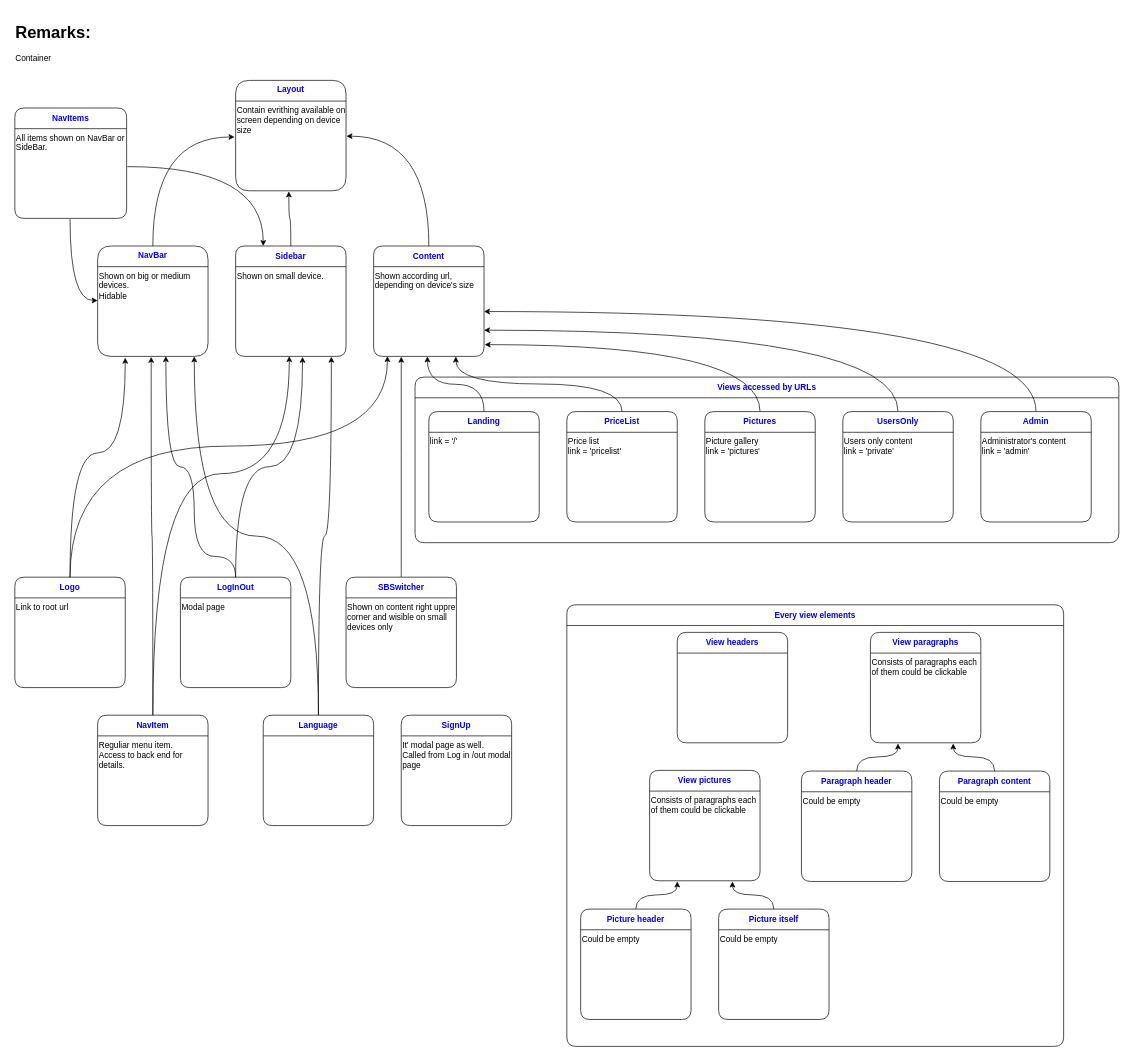
Before: page "frontend structure" (2 of 12) of market-coffee.drawio in Sergey190309/220415-market-caffee, a draw.io diagram. Source tidied: cells renumbered, new cells numbered last; positions are measured from the earlier drawing's top-left corner, leaving out a move shared by most shapes. Both pictures are drawn from the tidied source at 69%, with x=0, y=0 at pixel (12, 19).
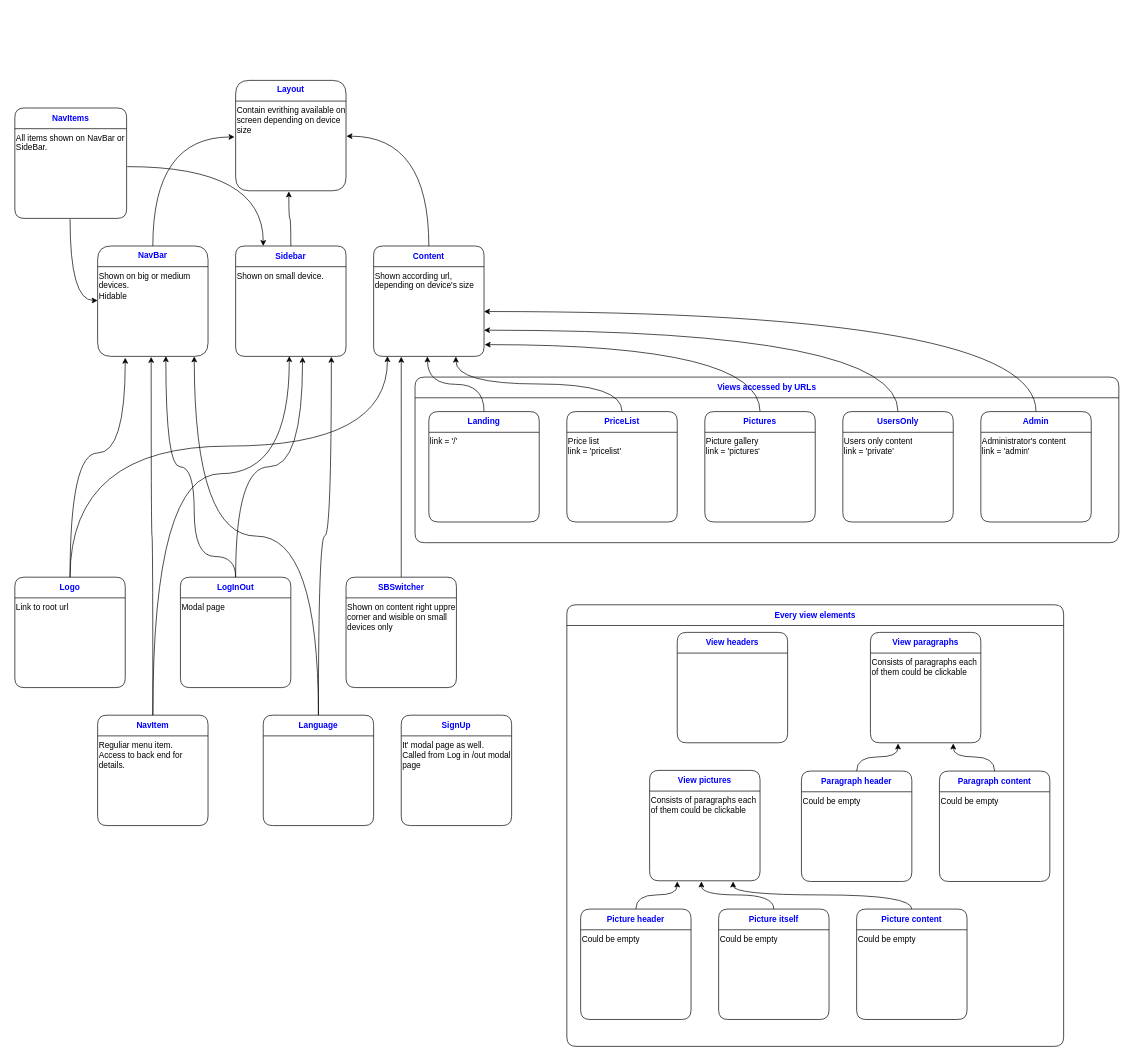
The same page after the edit.

The change refers to these unchanged cells:
```xml
<mxCell id="93" style="shape=partialRectangle;html=1;whiteSpace=wrap;fillColor=none;top=0;left=0;bottom=0;right=0;points=[[0,0.5],[1,0.5]];portConstraint=eastwest;" parent="92" vertex="1">
  <mxGeometry y="30" width="160" height="130" as="geometry" />
</mxCell>
<mxCell id="98" value="&lt;span style=&quot;color: rgb(0 , 0 , 255)&quot;&gt;Picture itself&lt;/span&gt;" style="shape=table;html=1;whiteSpace=wrap;startSize=30;childLayout=tableLayout;fontStyle=1;align=center;rounded=1;strokeColor=#000000;" parent="8" vertex="1">
  <mxGeometry x="1024" y="1290" width="160" height="160" as="geometry" />
</mxCell>
```

Diff of the diagram source:
```diff
@@
-    <mxCell id="79" style="endArrow=classic;html=1;edgeStyle=orthogonalEdgeStyle;curved=1;exitX=0.5;exitY=0;exitDx=0;exitDy=0;entryX=0.75;entryY=1.008;entryDx=0;entryDy=0;entryPerimeter=0;" parent="8" edge="1" source="98" target="93">
+    <mxCell id="79" style="endArrow=classic;html=1;edgeStyle=orthogonalEdgeStyle;curved=1;exitX=0.5;exitY=0;exitDx=0;exitDy=0;entryX=0.469;entryY=1.008;entryDx=0;entryDy=0;entryPerimeter=0;" parent="8" edge="1" source="98" target="93">
       <mxGeometry relative="1" as="geometry" />
     </mxCell>
@@
-    <mxCell id="101" parent="0" />
-    <mxCell id="102" parent="0" />
-    <mxCell id="103" value="&lt;h1&gt;Remarks:&lt;/h1&gt;&lt;p&gt;Container&lt;/p&gt;" style="text;html=1;strokeColor=none;fillColor=none;spacing=5;spacingTop=-20;whiteSpace=wrap;overflow=hidden;rounded=0;" parent="102" vertex="1">
-      <mxGeometry x="-0.4" y="-0.5" width="339.4" height="159.5" as="geometry" />
-    </mxCell>
+    <mxCell id="104" value="&lt;span style=&quot;color: rgb(0 , 0 , 255)&quot;&gt;Picture content&lt;/span&gt;" style="shape=table;html=1;whiteSpace=wrap;startSize=30;childLayout=tableLayout;fontStyle=1;align=center;rounded=1;strokeColor=#000000;" parent="8" vertex="1">
+      <mxGeometry x="1224" y="1290" width="160" height="160" as="geometry" />
+    </mxCell>
+    <mxCell id="105" style="shape=partialRectangle;html=1;whiteSpace=wrap;fillColor=none;top=0;left=0;bottom=0;right=0;" parent="104" vertex="1">
+      <mxGeometry y="30" width="160" height="130" as="geometry" />
+    </mxCell>
+    <mxCell id="106" value="Could be empty" style="shape=partialRectangle;html=1;whiteSpace=wrap;fillColor=none;top=0;left=0;bottom=0;right=0;overflow=hidden;align=left;verticalAlign=top;" parent="105" vertex="1">
+      <mxGeometry width="160" height="130" as="geometry" />
+    </mxCell>
+    <mxCell id="107" style="endArrow=classic;html=1;edgeStyle=orthogonalEdgeStyle;curved=1;exitX=0.5;exitY=0;exitDx=0;exitDy=0;entryX=0.756;entryY=1.008;entryDx=0;entryDy=0;entryPerimeter=0;" parent="8" edge="1" source="104" target="93">
+      <mxGeometry relative="1" as="geometry" />
+    </mxCell>
```
